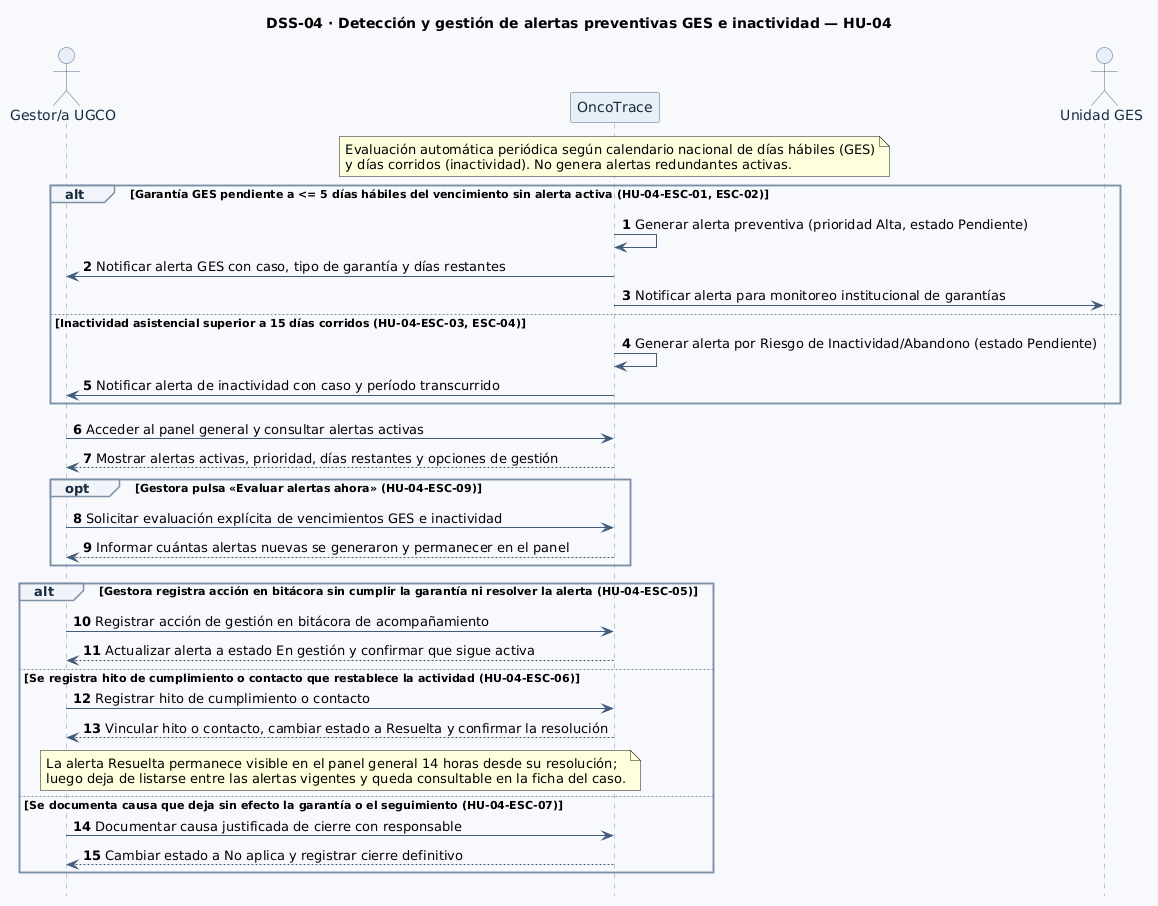
br1fz/OncoTrace keeps this PlantUML diagram as diagramas/DSS-04-HU-04.png. Above is the earlier version. The source it was exported from:
```plantuml
@startuml
hide footbox
autonumber
skinparam shadowing false
skinparam backgroundColor #F7F9FC
skinparam defaultFontName SansSerif
skinparam sequence {
  ArrowColor #425B78
  LifeLineBorderColor #8295AA
  LifeLineBackgroundColor #F0F4F8
  ParticipantBorderColor #526B87
  ParticipantBackgroundColor #E8EFF7
  ParticipantFontColor #172A40
  ActorBorderColor #526B87
  ActorBackgroundColor #E8EFF7
  ActorFontColor #172A40
  BoxBorderColor #CBD5E1
  BoxBackgroundColor #F8FAFC
  GroupBorderColor #7C91A8
  GroupBackgroundColor #F1F5F9
  GroupHeaderFontColor #172A40
  ResponseMessageBelowArrow true
}
title DSS-04 · Detección y gestión de alertas preventivas GES e inactividad — HU-04
actor "Gestor/a UGCO" as Gestor
participant "OncoTrace" as OT
actor "Unidad GES" as GES

note over OT
Evaluación automática periódica según calendario nacional de días hábiles (GES)
y días corridos (inactividad). No genera alertas redundantes activas.
end note

alt Garantía GES pendiente a <= 5 días hábiles del vencimiento sin alerta activa (HU-04-ESC-01, ESC-02)
  OT -> OT: Generar alerta preventiva (prioridad Alta, estado Pendiente)
  OT -> Gestor: Notificar alerta GES con caso, tipo de garantía y días restantes
  OT -> GES: Notificar alerta para monitoreo institucional de garantías
else Inactividad asistencial superior a 15 días corridos (HU-04-ESC-03, ESC-04)
  OT -> OT: Generar alerta por Riesgo de Inactividad/Abandono (estado Pendiente)
  OT -> Gestor: Notificar alerta de inactividad con caso y período transcurrido
end

Gestor -> OT: Acceder al panel general y consultar alertas activas
OT --> Gestor: Mostrar alertas activas, prioridad, días restantes y opciones de gestión

opt Gestora pulsa «Evaluar alertas ahora» (HU-04-ESC-09)
  Gestor -> OT: Solicitar evaluación explícita de vencimientos GES e inactividad
  OT --> Gestor: Informar cuántas alertas nuevas se generaron y permanecer en el panel
end

alt Gestora registra acción en bitácora sin cumplir la garantía ni resolver la alerta (HU-04-ESC-05)
  Gestor -> OT: Registrar acción de gestión en bitácora de acompañamiento
  OT --> Gestor: Actualizar alerta a estado En gestión y confirmar que sigue activa
else Se registra hito de cumplimiento o contacto que restablece la actividad (HU-04-ESC-06)
  Gestor -> OT: Registrar hito de cumplimiento o contacto
  OT --> Gestor: Vincular hito o contacto, cambiar estado a Resuelta y confirmar la resolución
  note over OT, Gestor
La alerta Resuelta permanece visible en el panel general 14 horas desde su resolución;
luego deja de listarse entre las alertas vigentes y queda consultable en la ficha del caso.
end note
else Se documenta causa que deja sin efecto la garantía o el seguimiento (HU-04-ESC-07)
  Gestor -> OT: Documentar causa justificada de cierre con responsable
  OT --> Gestor: Cambiar estado a No aplica y registrar cierre definitivo
end
@enduml
```
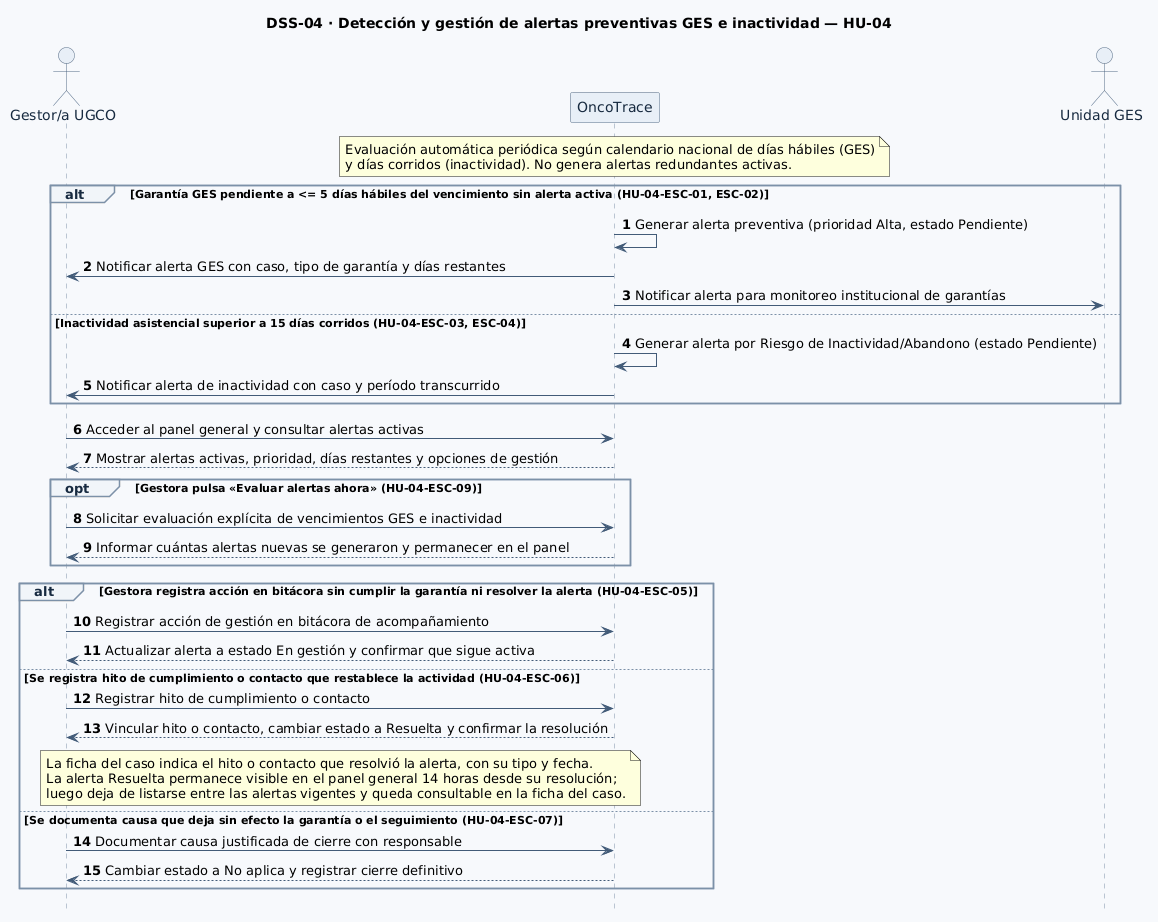
After the change.

Commit message:
docs(hu-04): reflejar en artefactos hito o contacto resolutivo en ficha del caso (OBS-1, ESC-06, CA5, DSS-04)

Diff of the diagram source:
```diff
@@ -55,6 +55,7 @@
   Gestor -> OT: Registrar hito de cumplimiento o contacto
   OT --> Gestor: Vincular hito o contacto, cambiar estado a Resuelta y confirmar la resolución
   note over OT, Gestor
+La ficha del caso indica el hito o contacto que resolvió la alerta, con su tipo y fecha.
 La alerta Resuelta permanece visible en el panel general 14 horas desde su resolución;
 luego deja de listarse entre las alertas vigentes y queda consultable en la ficha del caso.
 end note
```
